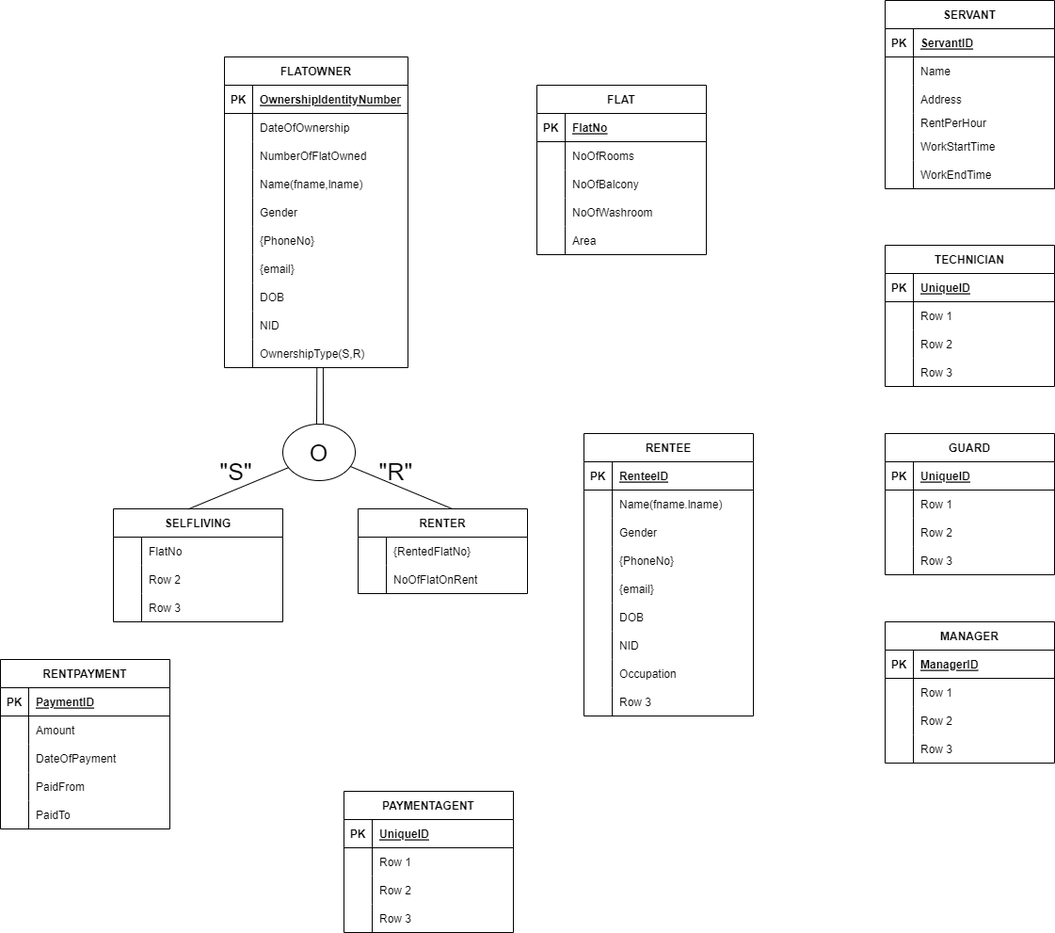
Above: EERD.png in toushifhossain1/Residential-Management-and-Monitoring-System (draw.io), before the change. Source tidied: cells renumbered, new cells last; positions are measured from the earlier drawing's top-left corner, leaving out a move shared by most shapes.
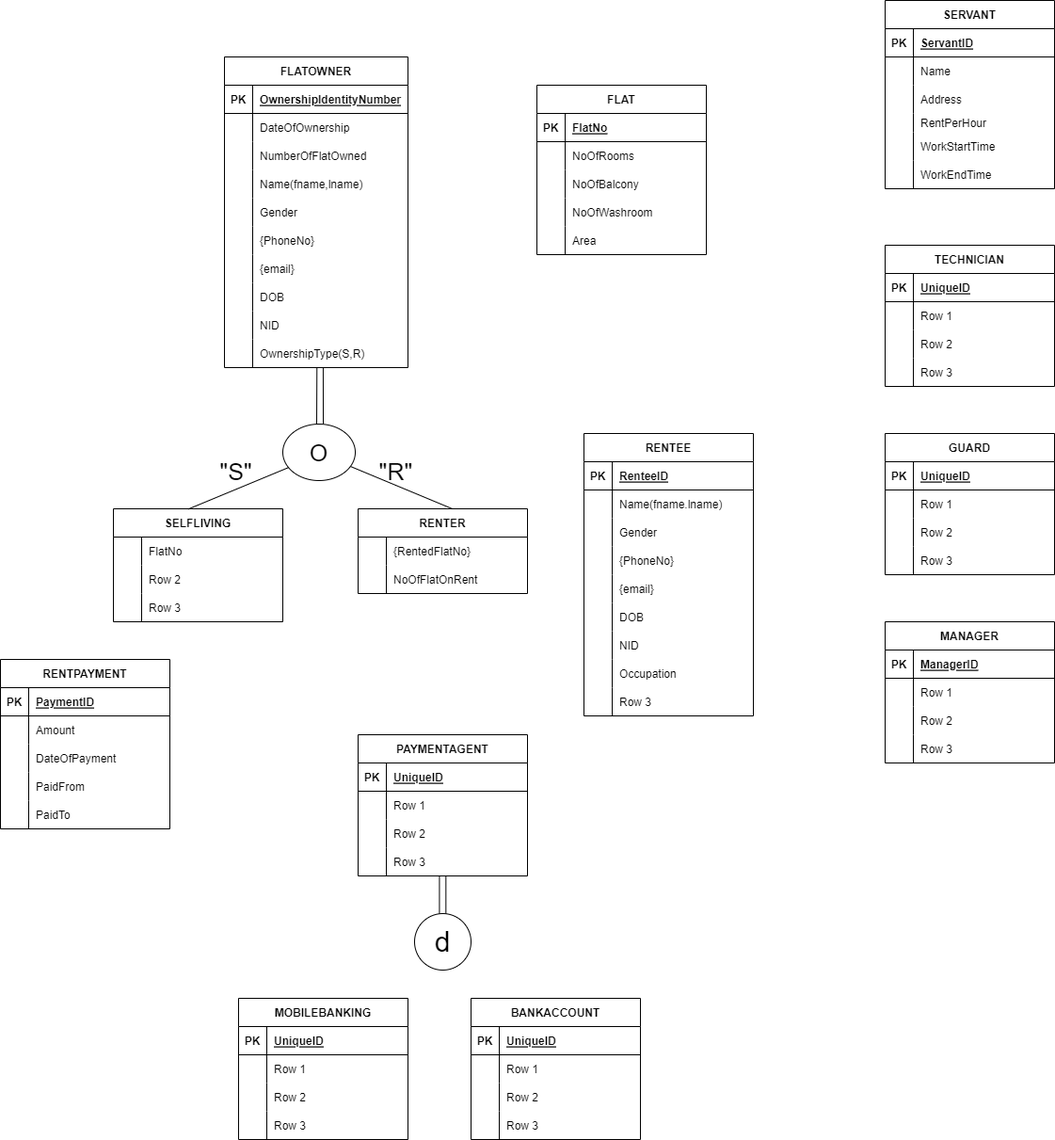
The same file after the commit.

What changed in the source:
```diff
@@ -72,7 +72,7 @@
       <mxGeometry x="30" width="150" height="30" as="geometry" />
     </mxCell>
     <mxCell id="25" value="PAYMENTAGENT" style="shape=table;startSize=30;rowLines=0;fontStyle=1;align=center;" parent="1" vertex="1">
-      <mxGeometry x="365" y="840" width="180" height="150" as="geometry" />
+      <mxGeometry x="380" y="780" width="180" height="150" as="geometry" />
     </mxCell>
     <mxCell id="26" style="shape=tableRow;horizontal=0;startSize=0;swimlaneHead=0;swimlaneBody=0;fillColor=none;top=0;left=0;right=0;bottom=1;" parent="25" vertex="1">
       <mxGeometry y="30" width="180" height="30" as="geometry" />
@@ -564,5 +564,98 @@
     <mxCell id="187" value="Row 3" style="shape=partialRectangle;fillColor=none;top=0;left=0;bottom=0;right=0;align=left;spacingLeft=6;overflow=hidden;fontSize=12;" parent="185" vertex="1">
       <mxGeometry x="30" width="150" height="30" as="geometry" />
     </mxCell>
+    <mxCell id="188" style="endArrow=none;html=1;rounded=0;fontSize=12;" parent="1" edge="1">
+      <mxGeometry relative="1" as="geometry">
+        <mxPoint x="466.4" y="970" as="sourcePoint" />
+        <mxPoint x="466.4" y="930" as="targetPoint" />
+      </mxGeometry>
+    </mxCell>
+    <mxCell id="189" style="endArrow=none;html=1;rounded=0;fontSize=12;" parent="1" edge="1">
+      <mxGeometry relative="1" as="geometry">
+        <mxPoint x="473.3" y="970" as="sourcePoint" />
+        <mxPoint x="473.3" y="930" as="targetPoint" />
+      </mxGeometry>
+    </mxCell>
+    <mxCell id="190" value="&lt;font style=&quot;font-size: 30px;&quot;&gt;d&lt;/font&gt;" style="ellipse;whiteSpace=wrap;html=1;fontSize=12;" parent="1" vertex="1">
+      <mxGeometry x="440" y="970" width="60" height="60" as="geometry" />
+    </mxCell>
+    <mxCell id="191" value="MOBILEBANKING" style="shape=table;startSize=30;rowLines=0;fontStyle=1;align=center;fontSize=12;" parent="1" vertex="1">
+      <mxGeometry x="253" y="1060" width="180" height="150" as="geometry" />
+    </mxCell>
+    <mxCell id="192" style="shape=tableRow;horizontal=0;startSize=0;swimlaneHead=0;swimlaneBody=0;fillColor=none;top=0;left=0;right=0;bottom=1;fontSize=12;" parent="191" vertex="1">
+      <mxGeometry y="30" width="180" height="30" as="geometry" />
+    </mxCell>
+    <mxCell id="193" value="PK" style="shape=partialRectangle;fillColor=none;top=0;left=0;bottom=0;right=0;fontStyle=1;overflow=hidden;fontSize=12;" parent="192" vertex="1">
+      <mxGeometry width="30" height="30" as="geometry" />
+    </mxCell>
+    <mxCell id="194" value="UniqueID" style="shape=partialRectangle;fillColor=none;top=0;left=0;bottom=0;right=0;align=left;spacingLeft=6;fontStyle=5;overflow=hidden;fontSize=12;" parent="192" vertex="1">
+      <mxGeometry x="30" width="150" height="30" as="geometry" />
+    </mxCell>
+    <mxCell id="195" style="shape=tableRow;horizontal=0;startSize=0;swimlaneHead=0;swimlaneBody=0;fillColor=none;top=0;left=0;right=0;bottom=0;fontSize=12;" parent="191" vertex="1">
+      <mxGeometry y="60" width="180" height="30" as="geometry" />
+    </mxCell>
+    <mxCell id="196" style="shape=partialRectangle;fillColor=none;top=0;left=0;bottom=0;right=0;overflow=hidden;fontSize=12;" parent="195" vertex="1">
+      <mxGeometry width="30" height="30" as="geometry" />
+    </mxCell>
+    <mxCell id="197" value="Row 1" style="shape=partialRectangle;fillColor=none;top=0;left=0;bottom=0;right=0;align=left;spacingLeft=6;overflow=hidden;fontSize=12;" parent="195" vertex="1">
+      <mxGeometry x="30" width="150" height="30" as="geometry" />
+    </mxCell>
+    <mxCell id="198" style="shape=tableRow;horizontal=0;startSize=0;swimlaneHead=0;swimlaneBody=0;fillColor=none;top=0;left=0;right=0;bottom=0;fontSize=12;" parent="191" vertex="1">
+      <mxGeometry y="90" width="180" height="30" as="geometry" />
+    </mxCell>
+    <mxCell id="199" style="shape=partialRectangle;fillColor=none;top=0;left=0;bottom=0;right=0;overflow=hidden;fontSize=12;" parent="198" vertex="1">
+      <mxGeometry width="30" height="30" as="geometry" />
+    </mxCell>
+    <mxCell id="200" value="Row 2" style="shape=partialRectangle;fillColor=none;top=0;left=0;bottom=0;right=0;align=left;spacingLeft=6;overflow=hidden;fontSize=12;" parent="198" vertex="1">
+      <mxGeometry x="30" width="150" height="30" as="geometry" />
+    </mxCell>
+    <mxCell id="201" style="shape=tableRow;horizontal=0;startSize=0;swimlaneHead=0;swimlaneBody=0;fillColor=none;top=0;left=0;right=0;bottom=0;fontSize=12;" parent="191" vertex="1">
+      <mxGeometry y="120" width="180" height="30" as="geometry" />
+    </mxCell>
+    <mxCell id="202" style="shape=partialRectangle;fillColor=none;top=0;left=0;bottom=0;right=0;overflow=hidden;fontSize=12;" parent="201" vertex="1">
+      <mxGeometry width="30" height="30" as="geometry" />
+    </mxCell>
+    <mxCell id="203" value="Row 3" style="shape=partialRectangle;fillColor=none;top=0;left=0;bottom=0;right=0;align=left;spacingLeft=6;overflow=hidden;fontSize=12;" parent="201" vertex="1">
+      <mxGeometry x="30" width="150" height="30" as="geometry" />
+    </mxCell>
+    <mxCell id="204" value="BANKACCOUNT" style="shape=table;startSize=30;rowLines=0;fontStyle=1;align=center;fontSize=12;" parent="1" vertex="1">
+      <mxGeometry x="500" y="1060" width="180" height="150" as="geometry" />
+    </mxCell>
+    <mxCell id="205" style="shape=tableRow;horizontal=0;startSize=0;swimlaneHead=0;swimlaneBody=0;fillColor=none;top=0;left=0;right=0;bottom=1;fontSize=12;" parent="204" vertex="1">
+      <mxGeometry y="30" width="180" height="30" as="geometry" />
+    </mxCell>
+    <mxCell id="206" value="PK" style="shape=partialRectangle;fillColor=none;top=0;left=0;bottom=0;right=0;fontStyle=1;overflow=hidden;fontSize=12;" parent="205" vertex="1">
+      <mxGeometry width="30" height="30" as="geometry" />
+    </mxCell>
+    <mxCell id="207" value="UniqueID" style="shape=partialRectangle;fillColor=none;top=0;left=0;bottom=0;right=0;align=left;spacingLeft=6;fontStyle=5;overflow=hidden;fontSize=12;" parent="205" vertex="1">
+      <mxGeometry x="30" width="150" height="30" as="geometry" />
+    </mxCell>
+    <mxCell id="208" style="shape=tableRow;horizontal=0;startSize=0;swimlaneHead=0;swimlaneBody=0;fillColor=none;top=0;left=0;right=0;bottom=0;fontSize=12;" parent="204" vertex="1">
+      <mxGeometry y="60" width="180" height="30" as="geometry" />
+    </mxCell>
+    <mxCell id="209" style="shape=partialRectangle;fillColor=none;top=0;left=0;bottom=0;right=0;overflow=hidden;fontSize=12;" parent="208" vertex="1">
+      <mxGeometry width="30" height="30" as="geometry" />
+    </mxCell>
+    <mxCell id="210" value="Row 1" style="shape=partialRectangle;fillColor=none;top=0;left=0;bottom=0;right=0;align=left;spacingLeft=6;overflow=hidden;fontSize=12;" parent="208" vertex="1">
+      <mxGeometry x="30" width="150" height="30" as="geometry" />
+    </mxCell>
+    <mxCell id="211" style="shape=tableRow;horizontal=0;startSize=0;swimlaneHead=0;swimlaneBody=0;fillColor=none;top=0;left=0;right=0;bottom=0;fontSize=12;" parent="204" vertex="1">
+      <mxGeometry y="90" width="180" height="30" as="geometry" />
+    </mxCell>
+    <mxCell id="212" style="shape=partialRectangle;fillColor=none;top=0;left=0;bottom=0;right=0;overflow=hidden;fontSize=12;" parent="211" vertex="1">
+      <mxGeometry width="30" height="30" as="geometry" />
+    </mxCell>
+    <mxCell id="213" value="Row 2" style="shape=partialRectangle;fillColor=none;top=0;left=0;bottom=0;right=0;align=left;spacingLeft=6;overflow=hidden;fontSize=12;" parent="211" vertex="1">
+      <mxGeometry x="30" width="150" height="30" as="geometry" />
+    </mxCell>
+    <mxCell id="214" style="shape=tableRow;horizontal=0;startSize=0;swimlaneHead=0;swimlaneBody=0;fillColor=none;top=0;left=0;right=0;bottom=0;fontSize=12;" parent="204" vertex="1">
+      <mxGeometry y="120" width="180" height="30" as="geometry" />
+    </mxCell>
+    <mxCell id="215" style="shape=partialRectangle;fillColor=none;top=0;left=0;bottom=0;right=0;overflow=hidden;fontSize=12;" parent="214" vertex="1">
+      <mxGeometry width="30" height="30" as="geometry" />
+    </mxCell>
+    <mxCell id="216" value="Row 3" style="shape=partialRectangle;fillColor=none;top=0;left=0;bottom=0;right=0;align=left;spacingLeft=6;overflow=hidden;fontSize=12;" parent="214" vertex="1">
+      <mxGeometry x="30" width="150" height="30" as="geometry" />
+    </mxCell>
   </root>
 </mxGraphModel>
```
